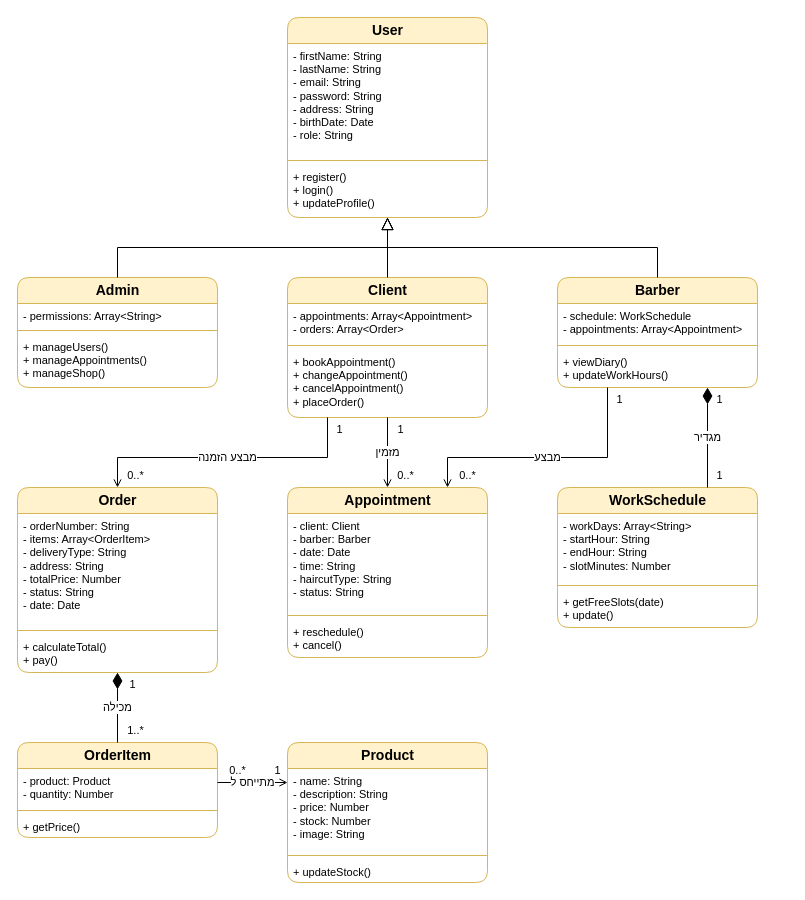
This is diagrams/PDOM-classes.drawio from arielkaplan20/project_Golden_Hair_Salon, a draw.io file, before an edit. Source tidied: cells renumbered, new cells numbered last; positions are measured from the earlier drawing's top-left corner, leaving out a move shared by most shapes. Both pictures are drawn from the tidied source at 100%, with x=0, y=0 at pixel (17, 17).
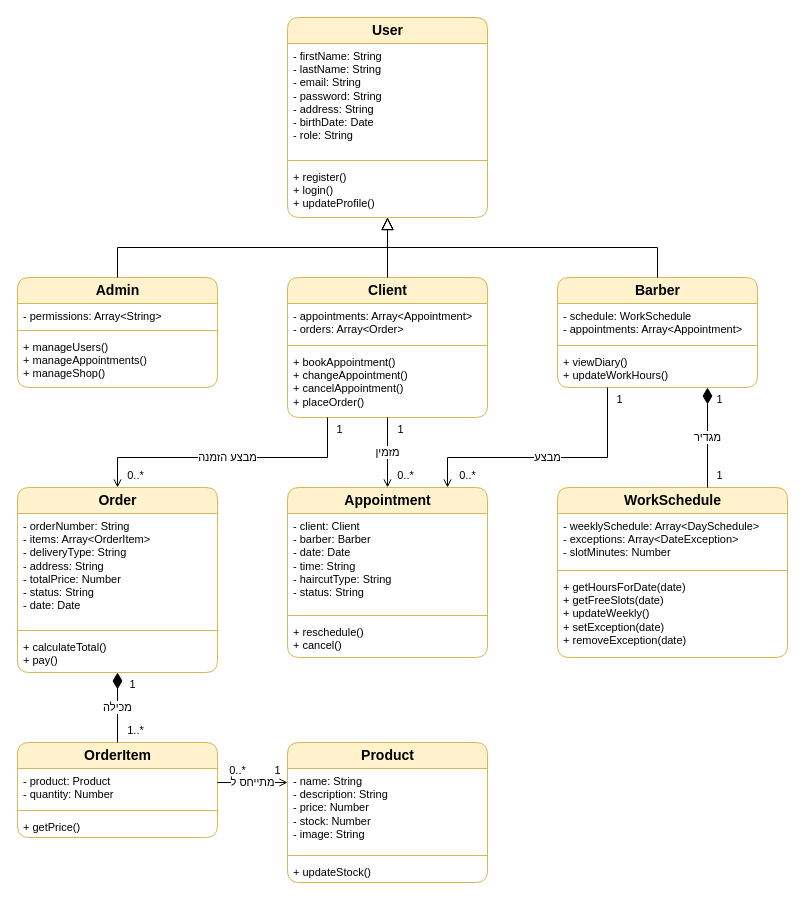
After the change.

The change refers to these unchanged cells:
```xml
<mxCell id="14" value="Barber" style="swimlane;fontStyle=1;align=center;verticalAlign=middle;horizontal=1;startSize=26;rounded=1;html=1;fillColor=#fff2cc;strokeColor=#d6b656;fontSize=14;" parent="1" vertex="1">
  <mxGeometry x="540" y="260" width="200" height="110" as="geometry" />
</mxCell>
```

Diff of the diagram source:
```diff
@@
     <mxCell id="26" value="WorkSchedule" style="swimlane;fontStyle=1;align=center;verticalAlign=middle;horizontal=1;startSize=26;rounded=1;html=1;fillColor=#fff2cc;strokeColor=#d6b656;fontSize=14;" parent="1" vertex="1">
-      <mxGeometry x="540" y="470" width="200" height="140" as="geometry" />
+      <mxGeometry x="540" y="470" width="230" height="170" as="geometry" />
     </mxCell>
-    <mxCell id="27" value="- workDays: Array&amp;lt;String&amp;gt;&lt;br&gt;- startHour: String&lt;br&gt;- endHour: String&lt;br&gt;- slotMinutes: Number" style="text;strokeColor=none;fillColor=none;align=left;verticalAlign=top;spacingLeft=4;spacingRight=4;whiteSpace=wrap;html=1;fontSize=11;" parent="26" vertex="1">
-      <mxGeometry y="26" width="200" height="68" as="geometry" />
+    <mxCell id="27" value="- weeklySchedule: Array&amp;lt;DaySchedule&amp;gt;&lt;br&gt;- exceptions: Array&amp;lt;DateException&amp;gt;&lt;br&gt;- slotMinutes: Number" style="text;strokeColor=none;fillColor=none;align=left;verticalAlign=top;spacingLeft=4;spacingRight=4;whiteSpace=wrap;html=1;fontSize=11;" parent="26" vertex="1">
+      <mxGeometry y="26" width="230" height="53" as="geometry" />
     </mxCell>
     <mxCell id="28" style="line;strokeWidth=1;fillColor=none;align=left;verticalAlign=middle;spacingTop=-1;spacingLeft=3;spacingRight=3;labelPosition=right;strokeColor=#d6b656;" parent="26" vertex="1">
-      <mxGeometry y="94" width="200" height="8" as="geometry" />
+      <mxGeometry y="79" width="230" height="8" as="geometry" />
     </mxCell>
-    <mxCell id="29" value="+ getFreeSlots(date)&lt;br&gt;+ update()" style="text;strokeColor=none;fillColor=none;align=left;verticalAlign=top;spacingLeft=4;spacingRight=4;whiteSpace=wrap;html=1;fontSize=11;" parent="26" vertex="1">
-      <mxGeometry y="102" width="200" height="38" as="geometry" />
+    <mxCell id="29" value="+ getHoursForDate(date)&lt;br&gt;+ getFreeSlots(date)&lt;br&gt;+ updateWeekly()&lt;br&gt;+ setException(date)&lt;br&gt;+ removeException(date)" style="text;strokeColor=none;fillColor=none;align=left;verticalAlign=top;spacingLeft=4;spacingRight=4;whiteSpace=wrap;html=1;fontSize=11;" parent="26" vertex="1">
+      <mxGeometry y="87" width="230" height="83" as="geometry" />
     </mxCell>
@@
-    <mxCell id="47" value="מגדיר" style="endArrow=none;startArrow=diamondThin;startFill=1;startSize=14;html=1;rounded=0;labelBackgroundColor=#ffffff;exitX=0.75;exitY=1;entryX=0.75;entryY=0;" parent="1" edge="1" source="14" target="26">
+    <mxCell id="47" value="מגדיר" style="endArrow=none;startArrow=diamondThin;startFill=1;startSize=14;html=1;rounded=0;labelBackgroundColor=#ffffff;exitX=0.75;exitY=1;entryX=0.6521739130434783;entryY=0;" parent="1" edge="1" source="14" target="26">
       <mxGeometry relative="1" as="geometry" />
     </mxCell>
```
